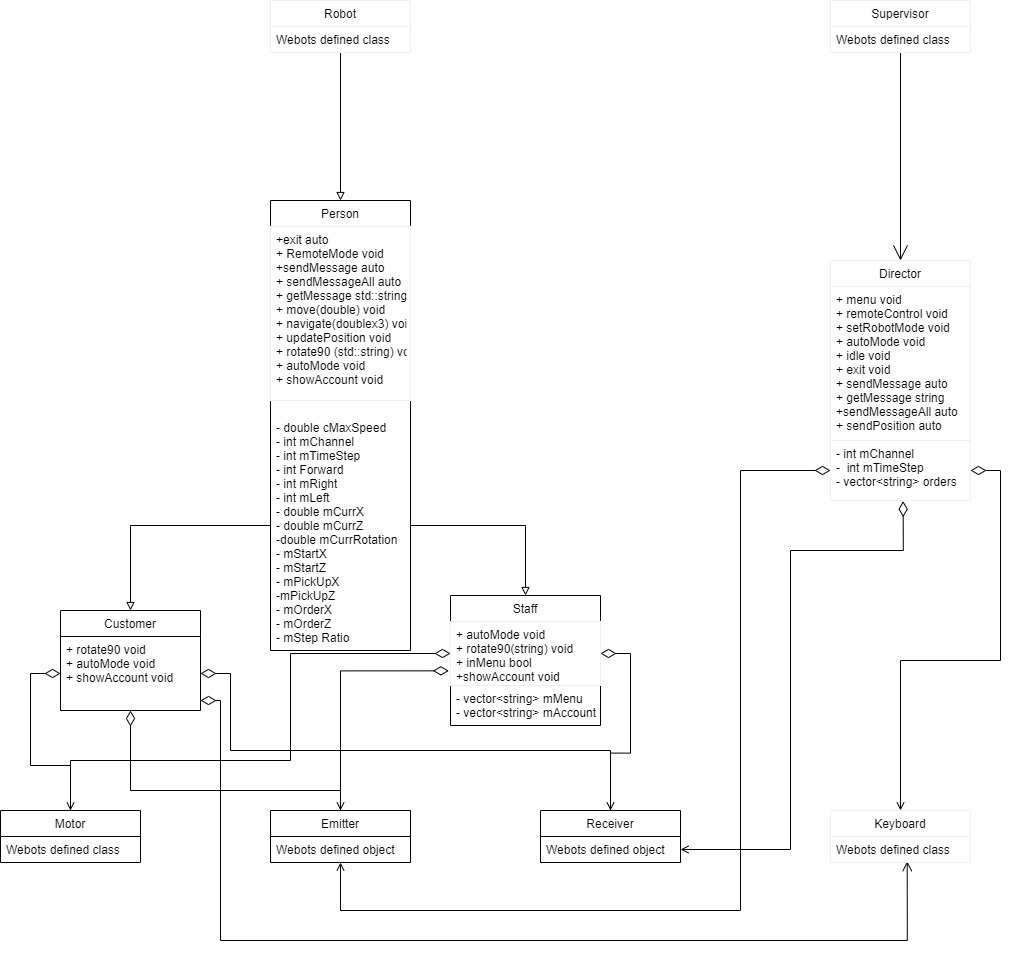
Before: hierarchy.png, a diagram exported from draw.io (Daniel-Horsnell/z5259702_MTRN2500_CPP_Assignment). Source tidied: cells renumbered, new cells last; positions are measured from the earlier drawing's top-left corner, leaving out a move shared by most shapes.
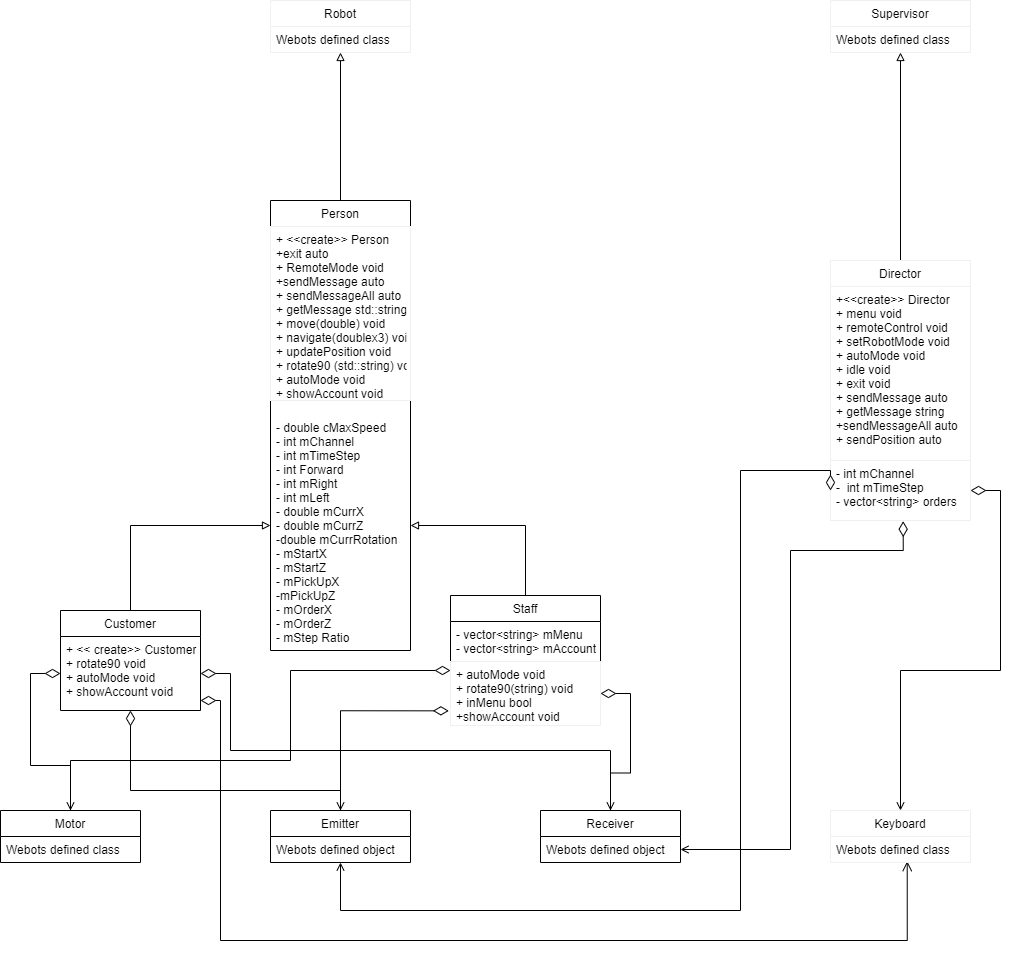
Later version of the same file.

The edit, as a diff of the source:
```diff
@@ -5,7 +5,7 @@
     <mxCell id="2" value="Person" style="swimlane;fontStyle=0;horizontal=1;startSize=26;" parent="1" vertex="1">
       <mxGeometry x="270" y="200" width="140" height="450" as="geometry" />
     </mxCell>
-    <mxCell id="3" value="+exit auto&#10;+ RemoteMode void&#10;+sendMessage auto&#10;+ sendMessageAll auto&#10;+ getMessage std::string&#10;+ move(double) void&#10;+ navigate(doublex3) void&#10;+ updatePosition void&#10;+ rotate90 (std::string) void&#10;+ autoMode void&#10;+ showAccount void" style="text;fillColor=none;align=left;verticalAlign=top;spacingLeft=4;spacingRight=4;overflow=hidden;strokeColor=#f0f0f0;" parent="2" vertex="1">
+    <mxCell id="3" value="+ &lt;&lt;create&gt;&gt; Person&#10;+exit auto&#10;+ RemoteMode void&#10;+sendMessage auto&#10;+ sendMessageAll auto&#10;+ getMessage std::string&#10;+ move(double) void&#10;+ navigate(doublex3) void&#10;+ updatePosition void&#10;+ rotate90 (std::string) void&#10;+ autoMode void&#10;+ showAccount void" style="text;fillColor=none;align=left;verticalAlign=top;spacingLeft=4;spacingRight=4;overflow=hidden;strokeColor=#f0f0f0;" parent="2" vertex="1">
       <mxGeometry y="26" width="140" height="174" as="geometry" />
     </mxCell>
     <mxCell id="4" value="&#10;- double cMaxSpeed&#10;- int mChannel&#10;- int mTimeStep&#10;- int Forward&#10;- int mRight&#10;- int mLeft&#10;- double mCurrX&#10;- double mCurrZ&#10;-double mCurrRotation&#10;- mStartX&#10;- mStartZ&#10;- mPickUpX&#10;-mPickUpZ&#10;- mOrderX&#10;- mOrderZ&#10;- mStep Ratio" style="text;fillColor=none;align=left;verticalAlign=top;spacingLeft=4;spacingRight=4;overflow=hidden;points=[[0,0.5],[1,0.5]];portConstraint=eastwest;" parent="2" vertex="1">
@@ -15,13 +15,10 @@
       <mxGeometry x="60" y="610" width="140" height="100" as="geometry" />
     </mxCell>
     <mxCell id="6" value="Staff" style="swimlane;fontStyle=0;horizontal=1;startSize=26;" parent="1" vertex="1">
-      <mxGeometry x="450" y="595" width="150" height="130" as="geometry" />
+      <mxGeometry x="450" y="595" width="150" height="66" as="geometry" />
     </mxCell>
-    <mxCell id="7" value="+ autoMode void&#10;+ rotate90(string) void&#10;+ inMenu bool&#10;+showAccount void" style="text;fillColor=none;align=left;verticalAlign=top;spacingLeft=4;spacingRight=4;overflow=hidden;points=[[0,0.5],[1,0.5]];portConstraint=eastwest;strokeColor=#f0f0f0;" parent="6" vertex="1">
-      <mxGeometry y="26" width="150" height="64" as="geometry" />
-    </mxCell>
     <mxCell id="8" value="- vector&lt;string&gt; mMenu&#10;- vector&lt;string&gt; mAccount" style="text;strokeColor=none;fillColor=none;align=left;verticalAlign=top;spacingLeft=4;spacingRight=4;overflow=hidden;points=[[0,0.5],[1,0.5]];portConstraint=eastwest;" parent="6" vertex="1">
-      <mxGeometry y="90" width="150" height="40" as="geometry" />
+      <mxGeometry y="26" width="150" height="40" as="geometry" />
     </mxCell>
     <mxCell id="9" style="edgeStyle=orthogonalEdgeStyle;rounded=0;jettySize=auto;html=1;entryX=0;entryY=0.5;entryDx=0;entryDy=0;endArrow=diamondThin;endFill=0;endSize=13;" parent="1" edge="1" source="10" target="22">
       <mxGeometry relative="1" as="geometry" />
@@ -67,11 +64,6 @@
     <mxCell id="19" value="Webots defined object" style="text;strokeColor=none;fillColor=none;align=left;verticalAlign=top;spacingLeft=4;spacingRight=4;overflow=hidden;points=[[0,0.5],[1,0.5]];portConstraint=eastwest;" parent="18" vertex="1">
       <mxGeometry y="26" width="140" height="26" as="geometry" />
     </mxCell>
-    <mxCell id="20" style="edgeStyle=orthogonalEdgeStyle;rounded=0;jettySize=auto;html=1;entryX=0;entryY=0.5;entryDx=0;entryDy=0;startArrow=diamondThin;startFill=0;startSize=12;endSize=6;strokeColor=none;endArrow=none;endFill=0;" parent="1" edge="1" target="8">
-      <mxGeometry relative="1" as="geometry">
-        <mxPoint x="250" y="575" as="sourcePoint" />
-      </mxGeometry>
-    </mxCell>
     <mxCell id="21" style="edgeStyle=orthogonalEdgeStyle;rounded=0;jettySize=auto;html=1;entryX=0.548;entryY=0.949;entryDx=0;entryDy=0;entryPerimeter=0;startArrow=diamondThin;startFill=0;endArrow=open;endFill=0;endSize=8;targetPerimeterSpacing=0;startSize=13;" parent="1" edge="1" source="22" target="37">
       <mxGeometry relative="1" as="geometry">
         <Array as="points">
@@ -81,10 +73,10 @@
         </Array>
       </mxGeometry>
     </mxCell>
-    <mxCell id="22" value="+ rotate90 void&#10;+ autoMode void&#10;+ showAccount void" style="text;strokeColor=none;fillColor=none;align=left;verticalAlign=top;spacingLeft=4;spacingRight=4;overflow=hidden;points=[[0,0.5],[1,0.5]];portConstraint=eastwest;" parent="1" vertex="1">
+    <mxCell id="22" value="+ &lt;&lt; create&gt;&gt; Customer&#10;+ rotate90 void&#10;+ autoMode void&#10;+ showAccount void" style="text;strokeColor=none;fillColor=none;align=left;verticalAlign=top;spacingLeft=4;spacingRight=4;overflow=hidden;points=[[0,0.5],[1,0.5]];portConstraint=eastwest;" parent="1" vertex="1">
       <mxGeometry x="60" y="636" width="140" height="74" as="geometry" />
     </mxCell>
-    <mxCell id="23" style="edgeStyle=orthogonalEdgeStyle;rounded=0;jettySize=auto;html=1;entryX=0.5;entryY=0;entryDx=0;entryDy=0;endArrow=block;endFill=0;" parent="1" edge="1" source="24" target="2">
+    <mxCell id="23" style="edgeStyle=orthogonalEdgeStyle;rounded=0;jettySize=auto;html=1;entryX=0.5;entryY=0;entryDx=0;entryDy=0;endArrow=none;endFill=0;startArrow=block;startFill=0;" parent="1" edge="1" source="24" target="2">
       <mxGeometry relative="1" as="geometry" />
     </mxCell>
     <mxCell id="24" value="Robot" style="swimlane;fontStyle=0;horizontal=1;startSize=26;strokeColor=#f0f0f0;" parent="1" vertex="1">
@@ -93,10 +85,10 @@
     <mxCell id="25" value="Webots defined class" style="text;strokeColor=none;fillColor=none;align=left;verticalAlign=top;spacingLeft=4;spacingRight=4;overflow=hidden;" parent="24" vertex="1">
       <mxGeometry y="26" width="140" height="26" as="geometry" />
     </mxCell>
-    <mxCell id="26" style="edgeStyle=orthogonalEdgeStyle;rounded=0;jettySize=auto;html=1;entryX=0.5;entryY=0;entryDx=0;entryDy=0;endArrow=block;endFill=0;" parent="1" edge="1" source="4" target="5">
+    <mxCell id="26" style="edgeStyle=orthogonalEdgeStyle;rounded=0;jettySize=auto;html=1;entryX=0.5;entryY=0;entryDx=0;entryDy=0;endArrow=none;endFill=0;startArrow=block;startFill=0;" parent="1" edge="1" source="4" target="5">
       <mxGeometry relative="1" as="geometry" />
     </mxCell>
-    <mxCell id="27" style="edgeStyle=orthogonalEdgeStyle;rounded=0;jettySize=auto;html=1;entryX=0.5;entryY=0;entryDx=0;entryDy=0;endArrow=block;endFill=0;" parent="1" edge="1" source="4" target="6">
+    <mxCell id="27" style="edgeStyle=orthogonalEdgeStyle;rounded=0;jettySize=auto;html=1;entryX=0.5;entryY=0;entryDx=0;entryDy=0;endArrow=none;endFill=0;startArrow=block;startFill=0;" parent="1" edge="1" source="4" target="6">
       <mxGeometry relative="1" as="geometry" />
     </mxCell>
     <mxCell id="28" style="edgeStyle=orthogonalEdgeStyle;rounded=0;jettySize=auto;html=1;endArrow=diamondThin;endFill=0;endSize=13;startArrow=open;startFill=0;" parent="1" edge="1" target="7">
@@ -105,11 +97,11 @@
         <Array as="points">
           <mxPoint x="70" y="760" />
           <mxPoint x="290" y="760" />
-          <mxPoint x="290" y="653" />
+          <mxPoint x="290" y="670" />
         </Array>
       </mxGeometry>
     </mxCell>
-    <mxCell id="29" style="edgeStyle=orthogonalEdgeStyle;rounded=0;jettySize=auto;html=1;entryX=0.5;entryY=0;entryDx=0;entryDy=0;startArrow=none;startFill=0;endArrow=open;endFill=0;endSize=13;targetPerimeterSpacing=0;" parent="1" edge="1" source="30" target="32">
+    <mxCell id="29" style="edgeStyle=orthogonalEdgeStyle;rounded=0;jettySize=auto;html=1;entryX=0.5;entryY=0;entryDx=0;entryDy=0;startArrow=block;startFill=0;endArrow=none;endFill=0;endSize=13;targetPerimeterSpacing=0;" parent="1" edge="1" source="30" target="32">
       <mxGeometry relative="1" as="geometry" />
     </mxCell>
     <mxCell id="30" value="Supervisor" style="swimlane;fontStyle=0;horizontal=1;startSize=26;strokeColor=#f0f0f0;" parent="1" vertex="1">
@@ -119,13 +111,13 @@
       <mxGeometry y="26" width="140" height="26" as="geometry" />
     </mxCell>
     <mxCell id="32" value="Director" style="swimlane;fontStyle=0;horizontal=1;startSize=26;strokeColor=#f0f0f0;" parent="1" vertex="1">
-      <mxGeometry x="830" y="260" width="140" height="240" as="geometry" />
+      <mxGeometry x="830" y="260" width="140" height="260" as="geometry" />
     </mxCell>
-    <mxCell id="33" value="+ menu void&#10;+ remoteControl void&#10;+ setRobotMode void&#10;+ autoMode void&#10;+ idle void&#10;+ exit void&#10;+ sendMessage auto&#10;+ getMessage string&#10;+sendMessageAll auto&#10;+ sendPosition auto&#10;" style="text;strokeColor=none;fillColor=none;align=left;verticalAlign=top;spacingLeft=4;spacingRight=4;overflow=hidden;" parent="32" vertex="1">
-      <mxGeometry y="26" width="140" height="154" as="geometry" />
+    <mxCell id="33" value="+&lt;&lt;create&gt;&gt; Director&#10;+ menu void&#10;+ remoteControl void&#10;+ setRobotMode void&#10;+ autoMode void&#10;+ idle void&#10;+ exit void&#10;+ sendMessage auto&#10;+ getMessage string&#10;+sendMessageAll auto&#10;+ sendPosition auto&#10;" style="text;strokeColor=none;fillColor=none;align=left;verticalAlign=top;spacingLeft=4;spacingRight=4;overflow=hidden;" parent="32" vertex="1">
+      <mxGeometry y="26" width="140" height="174" as="geometry" />
     </mxCell>
     <mxCell id="34" value="- int mChannel&#10;-  int mTimeStep&#10;- vector&lt;string&gt; orders" style="text;fillColor=none;align=left;verticalAlign=top;spacingLeft=4;spacingRight=4;overflow=hidden;points=[[0,0.5],[1,0.5]];portConstraint=eastwest;strokeColor=#f0f0f0;" parent="32" vertex="1">
-      <mxGeometry y="180" width="140" height="60" as="geometry" />
+      <mxGeometry y="200" width="140" height="60" as="geometry" />
     </mxCell>
     <mxCell id="35" style="edgeStyle=orthogonalEdgeStyle;rounded=0;jettySize=auto;html=1;entryX=1;entryY=0.5;entryDx=0;entryDy=0;startArrow=open;startFill=0;endArrow=diamondThin;endFill=0;targetPerimeterSpacing=0;endSize=13;" parent="1" edge="1" source="36" target="34">
       <mxGeometry relative="1" as="geometry" />
@@ -154,5 +146,8 @@
         </Array>
       </mxGeometry>
     </mxCell>
+    <mxCell id="7" value="+ autoMode void&#10;+ rotate90(string) void&#10;+ inMenu bool&#10;+showAccount void" style="text;fillColor=none;align=left;verticalAlign=top;spacingLeft=4;spacingRight=4;overflow=hidden;points=[[0,0.5],[1,0.5]];portConstraint=eastwest;strokeColor=#f0f0f0;" parent="1" vertex="1">
+      <mxGeometry x="450" y="661" width="150" height="64" as="geometry" />
+    </mxCell>
   </root>
 </mxGraphModel>
```
